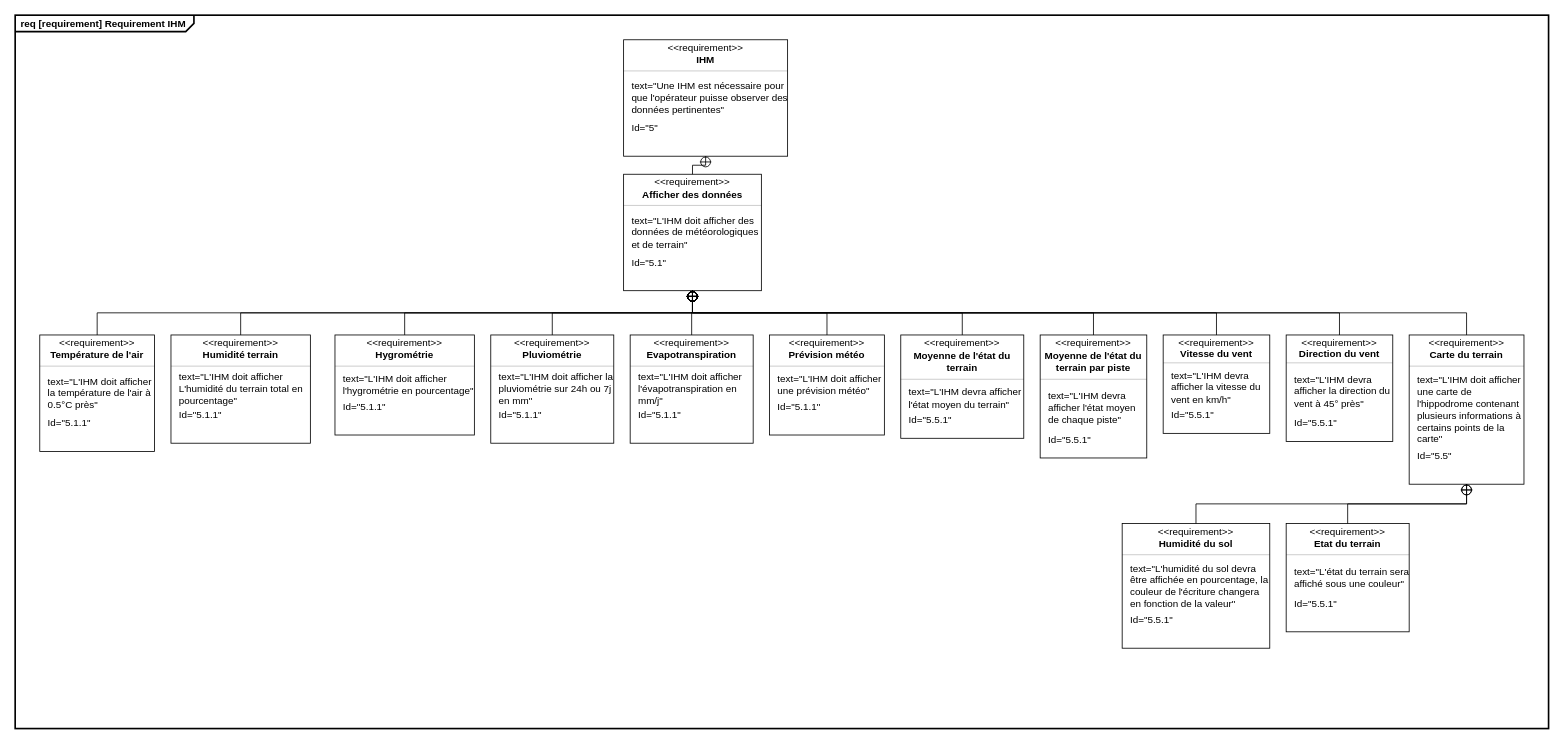
ToGen49/Hippodrome keeps this draw.io diagram as SYSML/Requirement/D-Requirement_IHM_F1.drawio. Above is the earlier version. Source tidied: cells renumbered, new cells numbered last; positions are measured from the earlier drawing's top-left corner, leaving out a move shared by most shapes. Both pictures are drawn from the tidied source at 82%, with x=0, y=0 at pixel (15, 15).
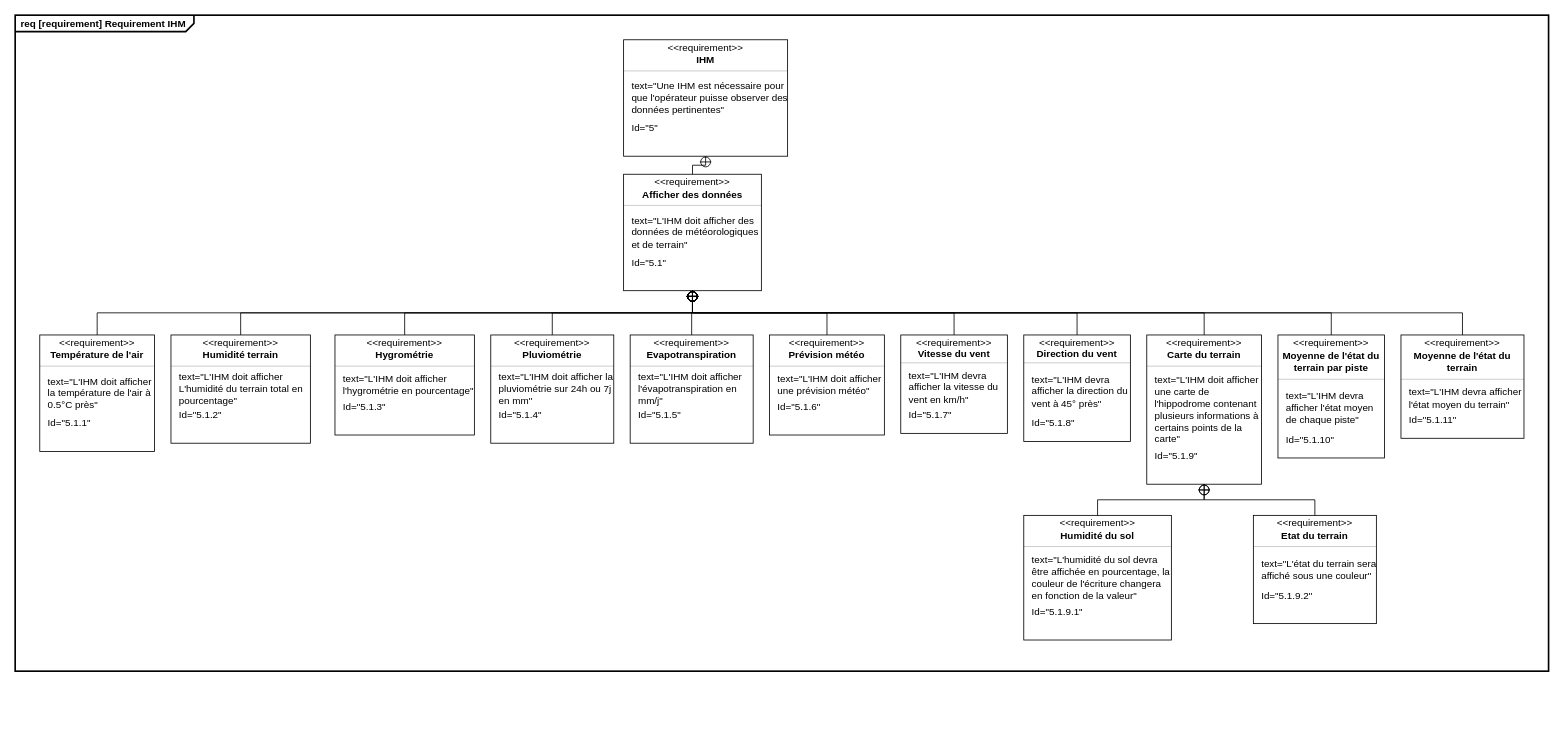
After the change.

Commit message (it also covers changes not shown here):
Mettre à jour D-Requirement_IHM_F1.drawio

Unchanged cells that the change refers to:
```xml
<mxCell id="24" style="fontStyle=1;align=center;verticalAlign=middle;horizontal=1;" parent="1" vertex="1">
  <mxGeometry x="390" y="390" width="170" height="122" as="geometry" />
</mxCell>
<mxCell id="31" style="fontStyle=1;align=center;verticalAlign=middle;horizontal=1;" parent="1" vertex="1">
  <mxGeometry x="580" y="390" width="150" height="132" as="geometry" />
</mxCell>
<mxCell id="38" style="fontStyle=1;align=center;verticalAlign=middle;horizontal=1;" parent="1" vertex="1">
  <mxGeometry x="750" y="390" width="150" height="132" as="geometry" />
</mxCell>
<mxCell id="45" style="fontStyle=1;align=center;verticalAlign=middle;horizontal=1;" parent="1" vertex="1">
  <mxGeometry x="190" y="390" width="170" height="132" as="geometry" />
</mxCell>
<mxCell id="52" style="fontStyle=1;align=center;verticalAlign=middle;horizontal=1;" parent="1" vertex="1">
  <mxGeometry x="920" y="390" width="140" height="122" as="geometry" />
</mxCell>
```

What changed in the source:
```diff
@@
     <mxCell id="2" value="&lt;p style=&quot;margin:0px;margin-top:4px;margin-left:7px;text-align:left;&quot;&gt;&lt;span&gt;req&lt;/span&gt;&amp;nbsp;[requirement] Requirement IHM&lt;/p&gt;" style="html=1;shape=mxgraph.sysml.package;overflow=fill;labelX=218.33;strokeWidth=2;align=center;fontStyle=1;" parent="1" vertex="1">
-      <mxGeometry width="1870" height="870" as="geometry" />
+      <mxGeometry width="1870" height="800" as="geometry" />
     </mxCell>
@@
-    <mxCell id="29" value="Id=&quot;5.1.1&quot;" style="html=1;align=left;spacing=0;verticalAlign=middle;strokeColor=none;fillColor=none;whiteSpace=wrap;spacingLeft=10;" parent="24" vertex="1">
+    <mxCell id="29" value="Id=&quot;5.1.3&quot;" style="html=1;align=left;spacing=0;verticalAlign=middle;strokeColor=none;fillColor=none;whiteSpace=wrap;spacingLeft=10;" parent="24" vertex="1">
       <mxGeometry y="80" width="170" height="16" as="geometry" />
     </mxCell>
@@
-    <mxCell id="36" value="Id=&quot;5.1.1&quot;" style="html=1;align=left;spacing=0;verticalAlign=middle;strokeColor=none;fillColor=none;whiteSpace=wrap;spacingLeft=10;" parent="31" vertex="1">
+    <mxCell id="36" value="Id=&quot;5.1.4&quot;" style="html=1;align=left;spacing=0;verticalAlign=middle;strokeColor=none;fillColor=none;whiteSpace=wrap;spacingLeft=10;" parent="31" vertex="1">
       <mxGeometry y="90" width="150" height="16" as="geometry" />
     </mxCell>
@@
-    <mxCell id="43" value="Id=&quot;5.1.1&quot;" style="html=1;align=left;spacing=0;verticalAlign=middle;strokeColor=none;fillColor=none;whiteSpace=wrap;spacingLeft=10;" parent="38" vertex="1">
+    <mxCell id="43" value="Id=&quot;5.1.5&quot;" style="html=1;align=left;spacing=0;verticalAlign=middle;strokeColor=none;fillColor=none;whiteSpace=wrap;spacingLeft=10;" parent="38" vertex="1">
       <mxGeometry y="90" width="150" height="16" as="geometry" />
     </mxCell>
@@
-    <mxCell id="50" value="Id=&quot;5.1.1&quot;" style="html=1;align=left;spacing=0;verticalAlign=middle;strokeColor=none;fillColor=none;whiteSpace=wrap;spacingLeft=10;" parent="45" vertex="1">
+    <mxCell id="50" value="Id=&quot;5.1.2&quot;" style="html=1;align=left;spacing=0;verticalAlign=middle;strokeColor=none;fillColor=none;whiteSpace=wrap;spacingLeft=10;" parent="45" vertex="1">
       <mxGeometry y="90" width="170" height="16" as="geometry" />
     </mxCell>
@@
-    <mxCell id="57" value="Id=&quot;5.1.1&quot;" style="html=1;align=left;spacing=0;verticalAlign=middle;strokeColor=none;fillColor=none;whiteSpace=wrap;spacingLeft=10;" parent="52" vertex="1">
+    <mxCell id="57" value="Id=&quot;5.1.6&quot;" style="html=1;align=left;spacing=0;verticalAlign=middle;strokeColor=none;fillColor=none;whiteSpace=wrap;spacingLeft=10;" parent="52" vertex="1">
       <mxGeometry y="80" width="140" height="16" as="geometry" />
     </mxCell>
@@
     <mxCell id="59" style="fontStyle=1;align=center;verticalAlign=middle;horizontal=1;" parent="1" vertex="1">
-      <mxGeometry x="1700" y="390" width="140" height="182" as="geometry" />
+      <mxGeometry x="1380" y="390" width="140" height="182" as="geometry" />
     </mxCell>
@@
-    <mxCell id="64" value="Id=&quot;5.5&quot;" style="html=1;align=left;spacing=0;verticalAlign=middle;strokeColor=none;fillColor=none;whiteSpace=wrap;spacingLeft=10;" parent="59" vertex="1">
+    <mxCell id="64" value="Id=&quot;5.1.9&quot;" style="html=1;align=left;spacing=0;verticalAlign=middle;strokeColor=none;fillColor=none;whiteSpace=wrap;spacingLeft=10;" parent="59" vertex="1">
       <mxGeometry y="140" width="140" height="16" as="geometry" />
     </mxCell>
@@
     <mxCell id="66" style="fontStyle=1;align=center;verticalAlign=middle;horizontal=1;" parent="1" vertex="1">
-      <mxGeometry x="1350" y="620" width="180" height="152" as="geometry" />
+      <mxGeometry x="1230" y="610" width="180" height="152" as="geometry" />
     </mxCell>
@@
-    <mxCell id="71" value="Id=&quot;5.5.1&quot;" style="html=1;align=left;spacing=0;verticalAlign=middle;strokeColor=none;fillColor=none;whiteSpace=wrap;spacingLeft=10;" parent="66" vertex="1">
+    <mxCell id="71" value="Id=&quot;5.1.9.1&quot;" style="html=1;align=left;spacing=0;verticalAlign=middle;strokeColor=none;fillColor=none;whiteSpace=wrap;spacingLeft=10;" parent="66" vertex="1">
       <mxGeometry y="110" width="180" height="16" as="geometry" />
     </mxCell>
@@
     <mxCell id="73" style="fontStyle=1;align=center;verticalAlign=middle;horizontal=1;" parent="1" vertex="1">
-      <mxGeometry x="1550" y="620" width="150" height="132" as="geometry" />
+      <mxGeometry x="1510" y="610" width="150" height="132" as="geometry" />
     </mxCell>
@@
-    <mxCell id="78" value="Id=&quot;5.5.1&quot;" style="html=1;align=left;spacing=0;verticalAlign=middle;strokeColor=none;fillColor=none;whiteSpace=wrap;spacingLeft=10;" parent="73" vertex="1">
+    <mxCell id="78" value="Id=&quot;5.1.9.2&quot;" style="html=1;align=left;spacing=0;verticalAlign=middle;strokeColor=none;fillColor=none;whiteSpace=wrap;spacingLeft=10;" parent="73" vertex="1">
       <mxGeometry y="90" width="150" height="16" as="geometry" />
     </mxCell>
@@
     <mxCell id="80" style="fontStyle=1;align=center;verticalAlign=middle;horizontal=1;" parent="1" vertex="1">
-      <mxGeometry x="1080" y="390" width="150" height="126" as="geometry" />
+      <mxGeometry x="1690" y="390" width="150" height="126" as="geometry" />
     </mxCell>
@@
-    <mxCell id="85" value="Id=&quot;5.5.1&quot;" style="html=1;align=left;spacing=0;verticalAlign=middle;strokeColor=none;fillColor=none;whiteSpace=wrap;spacingLeft=10;" parent="80" vertex="1">
+    <mxCell id="85" value="Id=&quot;5.1.11&quot;" style="html=1;align=left;spacing=0;verticalAlign=middle;strokeColor=none;fillColor=none;whiteSpace=wrap;spacingLeft=10;" parent="80" vertex="1">
       <mxGeometry y="96" width="150" height="16" as="geometry" />
     </mxCell>
@@
     <mxCell id="87" style="fontStyle=1;align=center;verticalAlign=middle;horizontal=1;" parent="1" vertex="1">
-      <mxGeometry x="1250" y="390" width="130" height="150" as="geometry" />
+      <mxGeometry x="1540" y="390" width="130" height="150" as="geometry" />
     </mxCell>
@@
-    <mxCell id="92" value="Id=&quot;5.5.1&quot;" style="html=1;align=left;spacing=0;verticalAlign=middle;strokeColor=none;fillColor=none;whiteSpace=wrap;spacingLeft=10;" parent="87" vertex="1">
+    <mxCell id="92" value="Id=&quot;5.1.10&quot;" style="html=1;align=left;spacing=0;verticalAlign=middle;strokeColor=none;fillColor=none;whiteSpace=wrap;spacingLeft=10;" parent="87" vertex="1">
       <mxGeometry y="120" width="130" height="16" as="geometry" />
     </mxCell>
@@
     <mxCell id="94" style="fontStyle=1;align=center;verticalAlign=middle;horizontal=1;" parent="1" vertex="1">
-      <mxGeometry x="1400" y="390" width="130" height="120" as="geometry" />
+      <mxGeometry x="1080" y="390" width="130" height="120" as="geometry" />
     </mxCell>
@@
-    <mxCell id="99" value="Id=&quot;5.5.1&quot;" style="html=1;align=left;spacing=0;verticalAlign=middle;strokeColor=none;fillColor=none;whiteSpace=wrap;spacingLeft=10;" parent="94" vertex="1">
+    <mxCell id="99" value="Id=&quot;5.1.7&quot;" style="html=1;align=left;spacing=0;verticalAlign=middle;strokeColor=none;fillColor=none;whiteSpace=wrap;spacingLeft=10;" parent="94" vertex="1">
       <mxGeometry y="90" width="130" height="16" as="geometry" />
     </mxCell>
@@
     <mxCell id="101" style="fontStyle=1;align=center;verticalAlign=middle;horizontal=1;" parent="1" vertex="1">
-      <mxGeometry x="1550" y="390" width="130" height="130" as="geometry" />
+      <mxGeometry x="1230" y="390" width="130" height="130" as="geometry" />
     </mxCell>
@@
-    <mxCell id="106" value="Id=&quot;5.5.1&quot;" style="html=1;align=left;spacing=0;verticalAlign=middle;strokeColor=none;fillColor=none;whiteSpace=wrap;spacingLeft=10;" parent="101" vertex="1">
+    <mxCell id="106" value="Id=&quot;5.1.8&quot;" style="html=1;align=left;spacing=0;verticalAlign=middle;strokeColor=none;fillColor=none;whiteSpace=wrap;spacingLeft=10;" parent="101" vertex="1">
       <mxGeometry y="100" width="130" height="16" as="geometry" />
     </mxCell>
```
